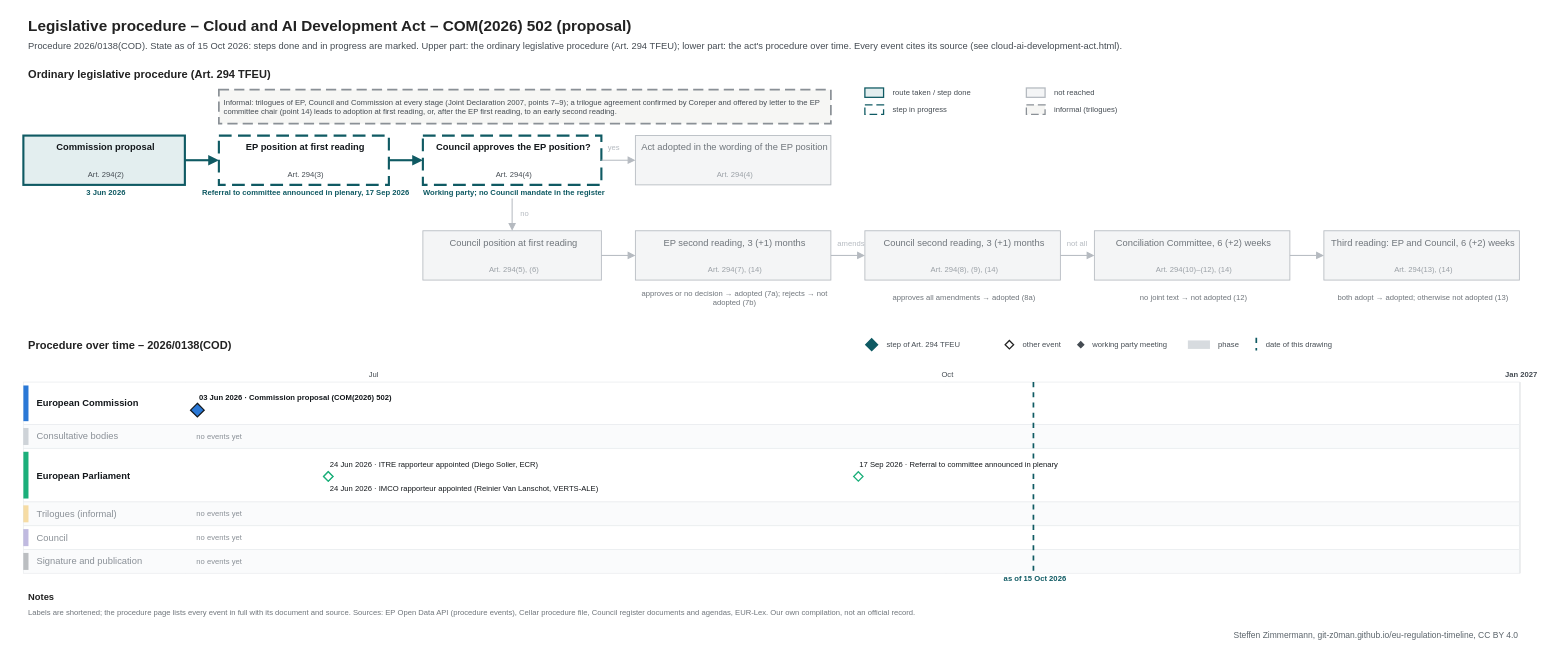
Above: procedures/cloud-ai-development-act.drawio in git-z0man/eu-regulation-timeline (draw.io), before the change. Source tidied: cells renumbered, new cells numbered last; positions are measured from the earlier drawing's top-left corner, leaving out a move shared by most shapes. Both pictures are drawn from the tidied source at 85%, with x=0, y=0 at pixel (14, 14).
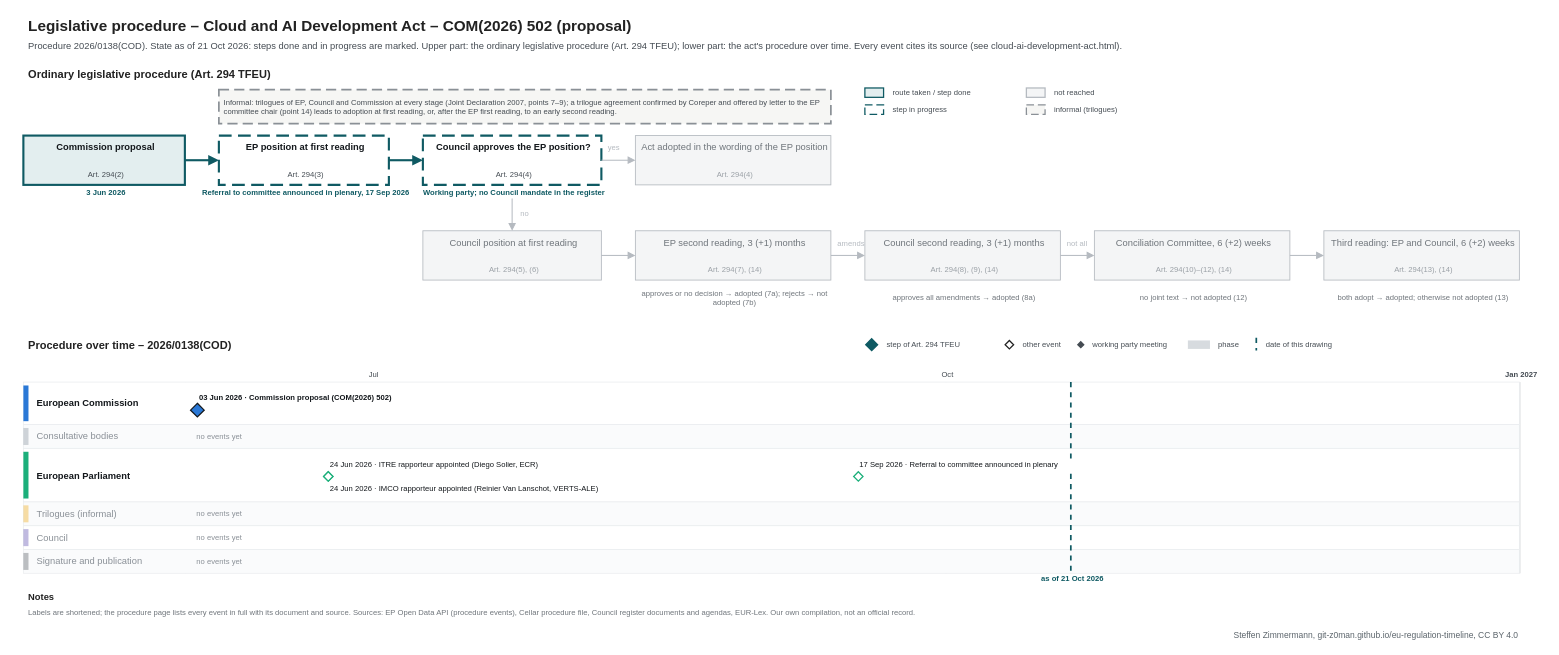
Above is the later version.

Change to the diagram source:
```diff
@@
-    <mxCell id="3" value="Procedure 2026/0138(COD). State as of 15 Oct 2026: steps done and in progress are marked. Upper part: the ordinary legislative procedure (Art. 294 TFEU); lower part: the act's procedure over time. Every event cites its source (see cloud-ai-development-act.html)." style="text;html=1;fontSize=11;fontColor=#454c53;align=left;verticalAlign=middle;spacingLeft=4;" parent="1" vertex="1">
+    <mxCell id="3" value="Procedure 2026/0138(COD). State as of 21 Oct 2026: steps done and in progress are marked. Upper part: the ordinary legislative procedure (Art. 294 TFEU); lower part: the act's procedure over time. Every event cites its source (see cloud-ai-development-act.html)." style="text;html=1;fontSize=11;fontColor=#454c53;align=left;verticalAlign=middle;spacingLeft=4;" parent="1" vertex="1">
       <mxGeometry x="10" y="28" width="1700" height="18" as="geometry" />
     </mxCell>
@@
     <mxCell id="105" style="line;html=1;strokeWidth=2;strokeColor=#0f5a63;direction=south;dashed=1;" parent="1" vertex="1">
-      <mxGeometry x="1197.8" y="432" width="1" height="225" as="geometry" />
+      <mxGeometry x="1241.8" y="432" width="1" height="225" as="geometry" />
     </mxCell>
-    <mxCell id="106" value="as of 15 Oct 2026" style="text;html=1;fontSize=9;fontColor=#0f5a63;align=center;verticalAlign=middle;spacingLeft=4;fontStyle=1;" parent="1" vertex="1">
-      <mxGeometry x="1137.8" y="658" width="120" height="12" as="geometry" />
+    <mxCell id="106" value="as of 21 Oct 2026" style="text;html=1;fontSize=9;fontColor=#0f5a63;align=center;verticalAlign=middle;spacingLeft=4;fontStyle=1;" parent="1" vertex="1">
+      <mxGeometry x="1181.8" y="658" width="120" height="12" as="geometry" />
     </mxCell>
```
